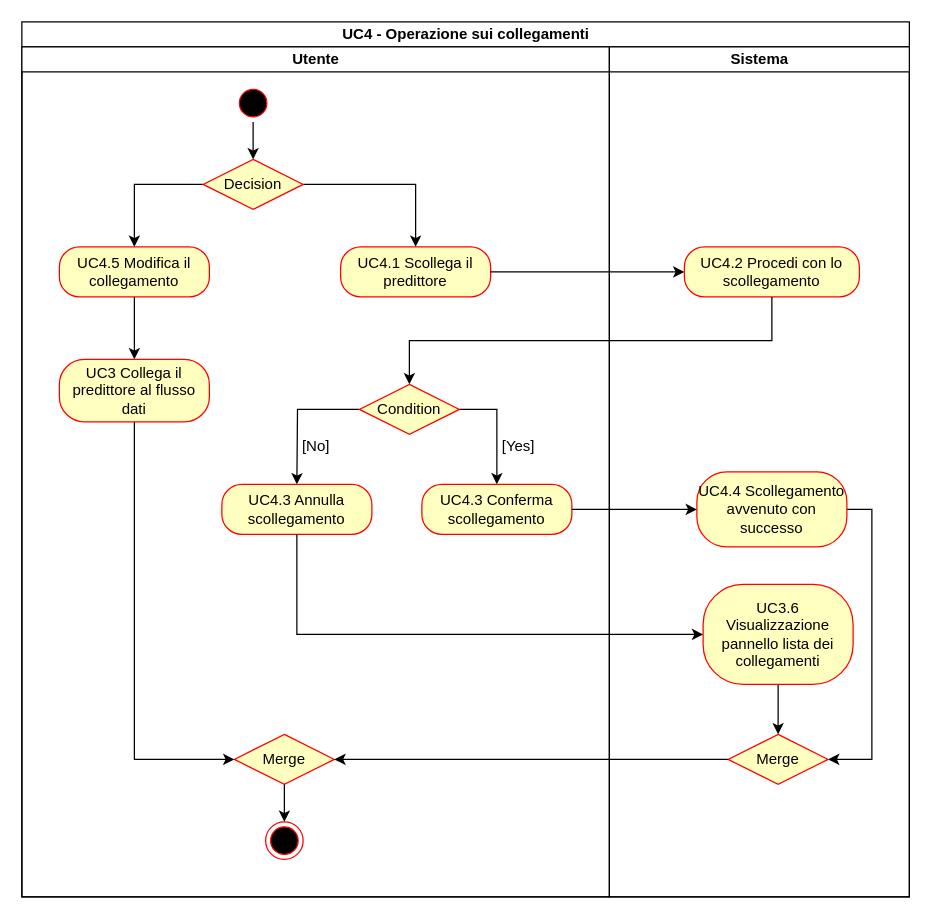
This is Diagrams/Activity diagrams/uc4.drawio from teamafkSWE/PredireInGrafana-docs, a draw.io file, before an edit. Source tidied: cells renumbered, new cells numbered last; positions are measured from the earlier drawing's top-left corner, leaving out a move shared by most shapes. Both pictures are drawn from the tidied source at 125%, with x=0, y=0 at pixel (21, 21).
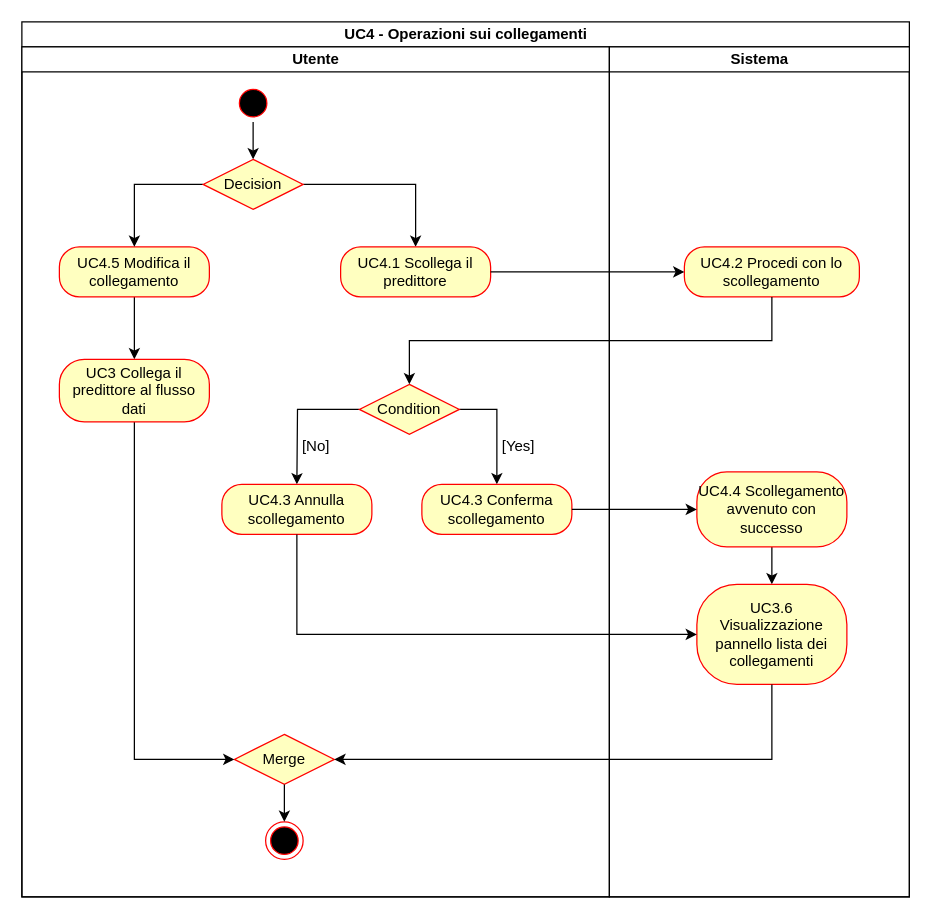
The same page after the edit.

Commit message (it also covers changes not shown here):
updated activity_diagram UC2 e UC4

The change refers to these unchanged cells:
```xml
<mxCell id="13" value="&lt;div&gt;Merge&lt;/div&gt;" style="rhombus;whiteSpace=wrap;html=1;fillColor=#ffffc0;strokeColor=#ff0000;" parent="3" vertex="1">
  <mxGeometry x="170" y="550" width="80" height="40" as="geometry" />
</mxCell>
<mxCell id="23" value="Sistema" style="swimlane;html=1;startSize=20;" parent="2" vertex="1">
  <mxGeometry x="470" y="20" width="240" height="680" as="geometry" />
</mxCell>
<mxCell id="25" value="UC4.4 Scollegamento avvenuto con successo" style="rounded=1;whiteSpace=wrap;html=1;arcSize=40;fontColor=#000000;fillColor=#ffffc0;strokeColor=#ff0000;" parent="23" vertex="1">
  <mxGeometry x="70" y="340" width="120" height="60" as="geometry" />
</mxCell>
```

The edit, as a diff of the source:
```diff
@@
-    <mxCell id="2" value="UC4 - Operazione sui collegamenti" style="swimlane;html=1;startSize=20;" parent="1" vertex="1">
+    <mxCell id="2" value="UC4 - Operazioni sui collegamenti" style="swimlane;html=1;startSize=20;" parent="1" vertex="1">
       <mxGeometry width="710" height="700" as="geometry" />
     </mxCell>
@@
-    <mxCell id="24" style="edgeStyle=orthogonalEdgeStyle;rounded=0;jettySize=auto;html=1;exitX=1;exitY=0.5;exitDx=0;exitDy=0;entryX=1;entryY=0.5;entryDx=0;entryDy=0;strokeColor=#000000;" parent="23" edge="1" source="25" target="29">
-      <mxGeometry relative="1" as="geometry" />
-    </mxCell>
+    <mxCell id="36" style="edgeStyle=orthogonalEdgeStyle;rounded=0;jettySize=auto;html=1;" parent="23" edge="1" source="25" target="28">
+      <mxGeometry relative="1" as="geometry" />
+    </mxCell>
@@
-    <mxCell id="27" style="edgeStyle=orthogonalEdgeStyle;rounded=0;jettySize=auto;html=1;entryX=0.5;entryY=0;entryDx=0;entryDy=0;strokeColor=#000000;" parent="23" edge="1" source="28" target="29">
-      <mxGeometry relative="1" as="geometry" />
-    </mxCell>
     <mxCell id="28" value="UC3.6 Visualizzazione pannello lista dei collegamenti" style="rounded=1;whiteSpace=wrap;html=1;arcSize=40;fontColor=#000000;fillColor=#ffffc0;strokeColor=#ff0000;" parent="23" vertex="1">
-      <mxGeometry x="75" y="430" width="120" height="80" as="geometry" />
+      <mxGeometry x="70" y="430" width="120" height="80" as="geometry" />
     </mxCell>
-    <mxCell id="29" value="Merge" style="rhombus;whiteSpace=wrap;html=1;fillColor=#ffffc0;strokeColor=#ff0000;" parent="23" vertex="1">
-      <mxGeometry x="95" y="550" width="80" height="40" as="geometry" />
-    </mxCell>
@@
-    <mxCell id="34" style="edgeStyle=orthogonalEdgeStyle;rounded=0;jettySize=auto;html=1;exitX=0;exitY=0.5;exitDx=0;exitDy=0;" parent="2" edge="1" source="29" target="13">
-      <mxGeometry relative="1" as="geometry" />
-    </mxCell>
+    <mxCell id="37" style="edgeStyle=orthogonalEdgeStyle;rounded=0;jettySize=auto;html=1;entryX=1;entryY=0.5;entryDx=0;entryDy=0;" parent="2" edge="1" source="28" target="13">
+      <mxGeometry relative="1" as="geometry">
+        <Array as="points">
+          <mxPoint x="600" y="590" />
+        </Array>
+      </mxGeometry>
+    </mxCell>
```
